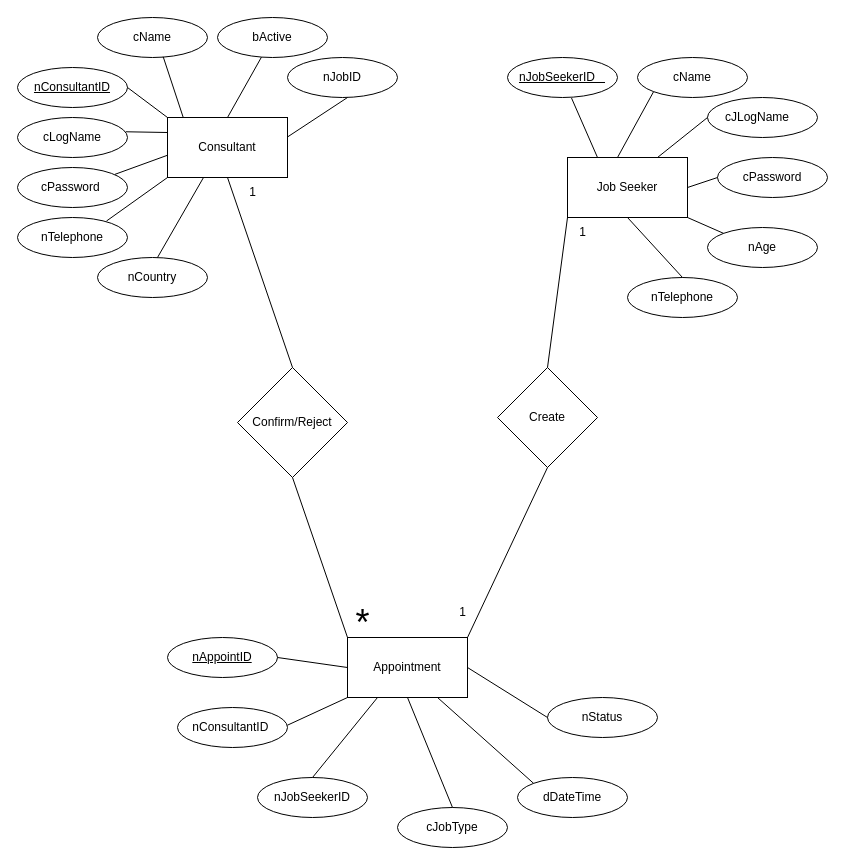
Before: page "ER Diagram" (1 of 3) of Untitled Diagram.drawio in danujaysl/CourseworkADPRG, a draw.io diagram. Source tidied: cells renumbered, new cells numbered last; positions are measured from the earlier drawing's top-left corner, leaving out a move shared by most shapes. Both pictures are drawn from the tidied source at 100%, with x=0, y=0 at pixel (17, 17).
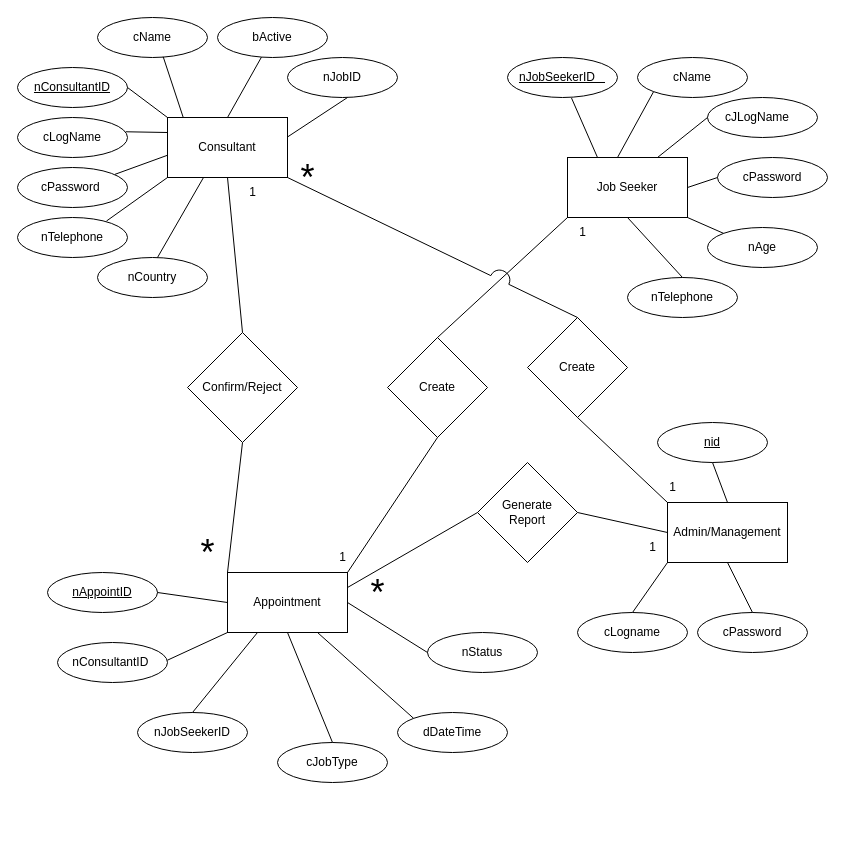
Above is the later version.

The change refers to these unchanged cells:
```xml
<mxCell id="2" value="Consultant" style="rounded=0;whiteSpace=wrap;html=1;" parent="1" vertex="1">
  <mxGeometry x="150" y="100" width="120" height="60" as="geometry" />
</mxCell>
```

The edit, as a diff of the source:
```diff
@@
     <mxCell id="4" value="Appointment" style="rounded=0;whiteSpace=wrap;html=1;" parent="1" vertex="1">
-      <mxGeometry x="330" y="620" width="120" height="60" as="geometry" />
+      <mxGeometry x="210" y="555" width="120" height="60" as="geometry" />
     </mxCell>
@@
     <mxCell id="33" value="Create" style="rhombus;whiteSpace=wrap;html=1;" parent="1" vertex="1">
-      <mxGeometry x="480" y="350" width="100" height="100" as="geometry" />
+      <mxGeometry x="370" y="320" width="100" height="100" as="geometry" />
     </mxCell>
     <mxCell id="34" value="Confirm/Reject" style="rhombus;whiteSpace=wrap;html=1;" parent="1" vertex="1">
-      <mxGeometry x="220" y="350" width="110" height="110" as="geometry" />
+      <mxGeometry x="170" y="315" width="110" height="110" as="geometry" />
     </mxCell>
@@
     <mxCell id="39" value="&lt;u&gt;nAppointID&lt;/u&gt;" style="ellipse;whiteSpace=wrap;html=1;" parent="1" vertex="1">
-      <mxGeometry x="150" y="620" width="110" height="40" as="geometry" />
+      <mxGeometry x="30" y="555" width="110" height="40" as="geometry" />
     </mxCell>
     <mxCell id="40" value="nConsultantID&amp;nbsp;" style="ellipse;whiteSpace=wrap;html=1;" parent="1" vertex="1">
-      <mxGeometry x="160" y="690" width="110" height="40" as="geometry" />
+      <mxGeometry x="40" y="625" width="110" height="40" as="geometry" />
     </mxCell>
     <mxCell id="41" value="nJobSeekerID" style="ellipse;whiteSpace=wrap;html=1;" parent="1" vertex="1">
-      <mxGeometry x="240" y="760" width="110" height="40" as="geometry" />
+      <mxGeometry x="120" y="695" width="110" height="40" as="geometry" />
     </mxCell>
     <mxCell id="42" value="cJobType" style="ellipse;whiteSpace=wrap;html=1;" parent="1" vertex="1">
-      <mxGeometry x="380" y="790" width="110" height="40" as="geometry" />
+      <mxGeometry x="260" y="725" width="110" height="40" as="geometry" />
     </mxCell>
     <mxCell id="43" value="dDateTime" style="ellipse;whiteSpace=wrap;html=1;" parent="1" vertex="1">
-      <mxGeometry x="500" y="760" width="110" height="40" as="geometry" />
+      <mxGeometry x="380" y="695" width="110" height="40" as="geometry" />
     </mxCell>
     <mxCell id="44" value="nStatus" style="ellipse;whiteSpace=wrap;html=1;" parent="1" vertex="1">
-      <mxGeometry x="530" y="680" width="110" height="40" as="geometry" />
+      <mxGeometry x="410" y="615" width="110" height="40" as="geometry" />
     </mxCell>
@@
     <mxCell id="53" value="1" style="text;html=1;align=center;verticalAlign=middle;strokeColor=none;fillColor=none;" parent="1" vertex="1">
-      <mxGeometry x="430" y="580" width="30" height="30" as="geometry" />
+      <mxGeometry x="310" y="525" width="30" height="30" as="geometry" />
     </mxCell>
     <mxCell id="54" value="&lt;font style=&quot;font-size: 36px;&quot;&gt;*&lt;/font&gt;" style="text;html=1;align=center;verticalAlign=middle;strokeColor=none;fillColor=none;" parent="1" vertex="1">
-      <mxGeometry x="325" y="575" width="40" height="60" as="geometry" />
+      <mxGeometry x="170" y="505" width="40" height="60" as="geometry" />
     </mxCell>
+    <mxCell id="55" value="Admin/Management" style="rounded=0;whiteSpace=wrap;html=1;" parent="1" vertex="1">
+      <mxGeometry x="650" y="485" width="120" height="60" as="geometry" />
+    </mxCell>
+    <mxCell id="56" value="cPassword" style="ellipse;whiteSpace=wrap;html=1;" parent="1" vertex="1">
+      <mxGeometry x="680" y="595" width="110" height="40" as="geometry" />
+    </mxCell>
+    <mxCell id="57" value="cLogname" style="ellipse;whiteSpace=wrap;html=1;" parent="1" vertex="1">
+      <mxGeometry x="560" y="595" width="110" height="40" as="geometry" />
+    </mxCell>
+    <mxCell id="58" style="endArrow=none;html=1;rounded=0;exitX=0.5;exitY=0;exitDx=0;exitDy=0;entryX=0;entryY=1;entryDx=0;entryDy=0;" parent="1" edge="1" source="57" target="55">
+      <mxGeometry relative="1" as="geometry" />
+    </mxCell>
+    <mxCell id="59" style="endArrow=none;html=1;rounded=0;exitX=0.5;exitY=0;exitDx=0;exitDy=0;entryX=0.5;entryY=1;entryDx=0;entryDy=0;" parent="1" edge="1" source="56" target="55">
+      <mxGeometry relative="1" as="geometry" />
+    </mxCell>
+    <mxCell id="60" value="Generate&lt;br&gt;Report&lt;br&gt;" style="rhombus;whiteSpace=wrap;html=1;" parent="1" vertex="1">
+      <mxGeometry x="460" y="445" width="100" height="100" as="geometry" />
+    </mxCell>
+    <mxCell id="61" style="endArrow=none;html=1;rounded=0;exitX=1;exitY=0.25;exitDx=0;exitDy=0;entryX=0;entryY=0.5;entryDx=0;entryDy=0;" parent="1" edge="1" source="4" target="60">
+      <mxGeometry relative="1" as="geometry" />
+    </mxCell>
+    <mxCell id="62" style="endArrow=none;html=1;rounded=0;exitX=1;exitY=0.5;exitDx=0;exitDy=0;entryX=0;entryY=0.5;entryDx=0;entryDy=0;" parent="1" edge="1" source="60" target="55">
+      <mxGeometry relative="1" as="geometry" />
+    </mxCell>
+    <mxCell id="63" value="&lt;u&gt;nid&lt;/u&gt;" style="ellipse;whiteSpace=wrap;html=1;" parent="1" vertex="1">
+      <mxGeometry x="640" y="405" width="110" height="40" as="geometry" />
+    </mxCell>
+    <mxCell id="64" style="endArrow=none;html=1;rounded=0;entryX=0.5;entryY=1;entryDx=0;entryDy=0;" parent="1" edge="1" target="63">
+      <mxGeometry relative="1" as="geometry">
+        <mxPoint x="710" y="485" as="sourcePoint" />
+      </mxGeometry>
+    </mxCell>
+    <mxCell id="65" value="Create" style="rhombus;whiteSpace=wrap;html=1;" parent="1" vertex="1">
+      <mxGeometry x="510" y="300" width="100" height="100" as="geometry" />
+    </mxCell>
+    <mxCell id="66" style="endArrow=none;html=1;rounded=0;entryX=0.5;entryY=1;entryDx=0;entryDy=0;exitX=0;exitY=0;exitDx=0;exitDy=0;" parent="1" edge="1" source="55" target="65">
+      <mxGeometry relative="1" as="geometry" />
+    </mxCell>
+    <mxCell id="67" value="1" style="text;html=1;align=center;verticalAlign=middle;strokeColor=none;fillColor=none;" parent="1" vertex="1">
+      <mxGeometry x="640" y="455" width="30" height="30" as="geometry" />
+    </mxCell>
+    <mxCell id="68" value="&lt;font style=&quot;font-size: 36px;&quot;&gt;*&lt;/font&gt;" style="text;html=1;align=center;verticalAlign=middle;strokeColor=none;fillColor=none;" parent="1" vertex="1">
+      <mxGeometry x="270" y="130" width="40" height="60" as="geometry" />
+    </mxCell>
+    <mxCell id="69" value="&lt;font style=&quot;font-size: 36px;&quot;&gt;*&lt;/font&gt;" style="text;html=1;align=center;verticalAlign=middle;strokeColor=none;fillColor=none;" parent="1" vertex="1">
+      <mxGeometry x="340" y="545" width="40" height="60" as="geometry" />
+    </mxCell>
+    <mxCell id="70" style="endArrow=none;html=1;rounded=0;exitX=1;exitY=1;exitDx=0;exitDy=0;entryX=0.5;entryY=0;entryDx=0;entryDy=0;strokeColor=default;jumpStyle=arc;jumpSize=20;" parent="1" edge="1" source="2" target="65">
+      <mxGeometry relative="1" as="geometry" />
+    </mxCell>
+    <mxCell id="71" value="1" style="text;html=1;align=center;verticalAlign=middle;strokeColor=none;fillColor=none;" parent="1" vertex="1">
+      <mxGeometry x="620" y="515" width="30" height="30" as="geometry" />
+    </mxCell>
```
